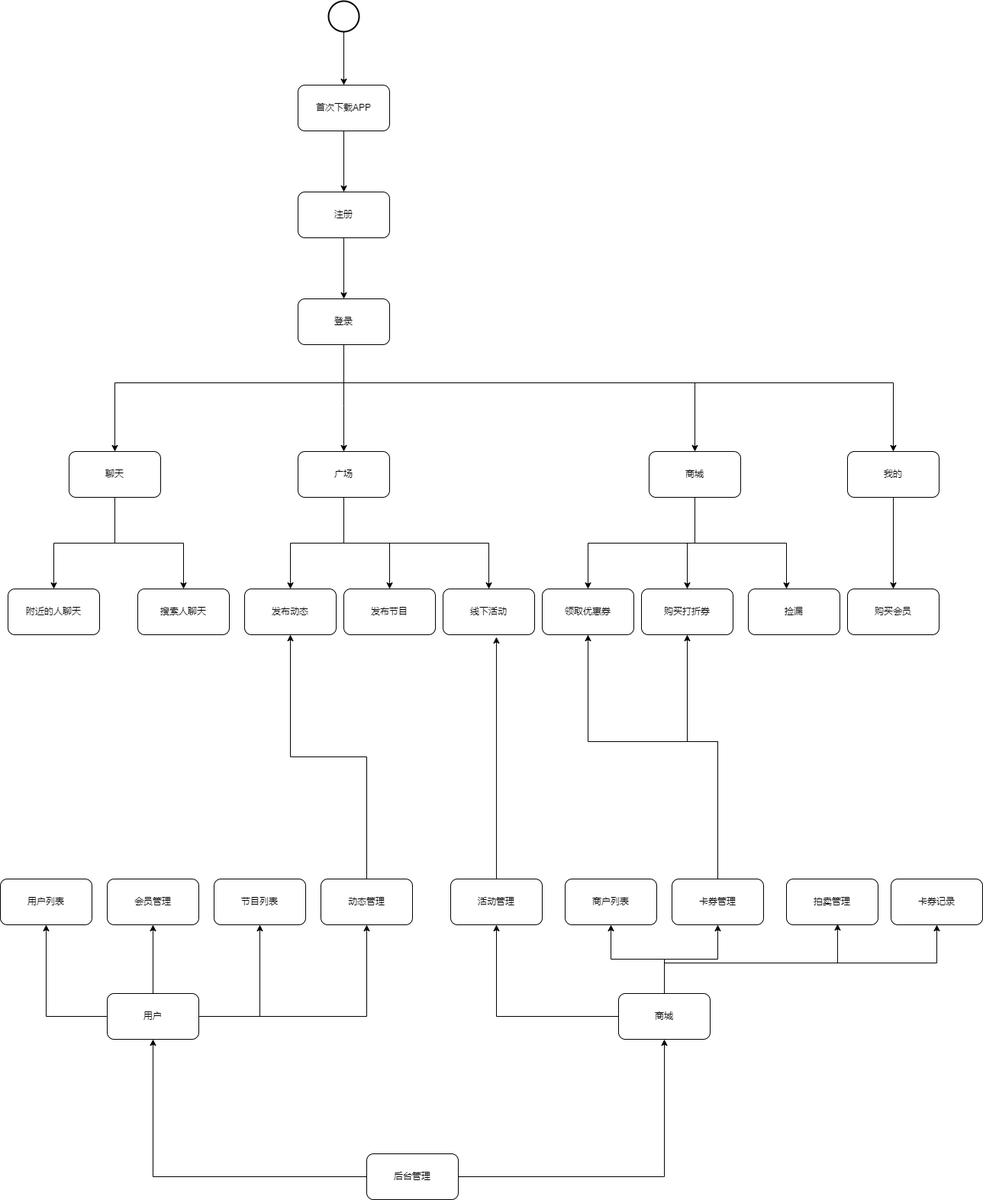
This is Untitled Diagram.drawio.png from suibianlx/business_architect, a draw.io export, as it was before one commit. Source tidied: cells renumbered, new cells last; positions are measured from the earlier drawing's top-left corner, leaving out a move shared by most shapes.
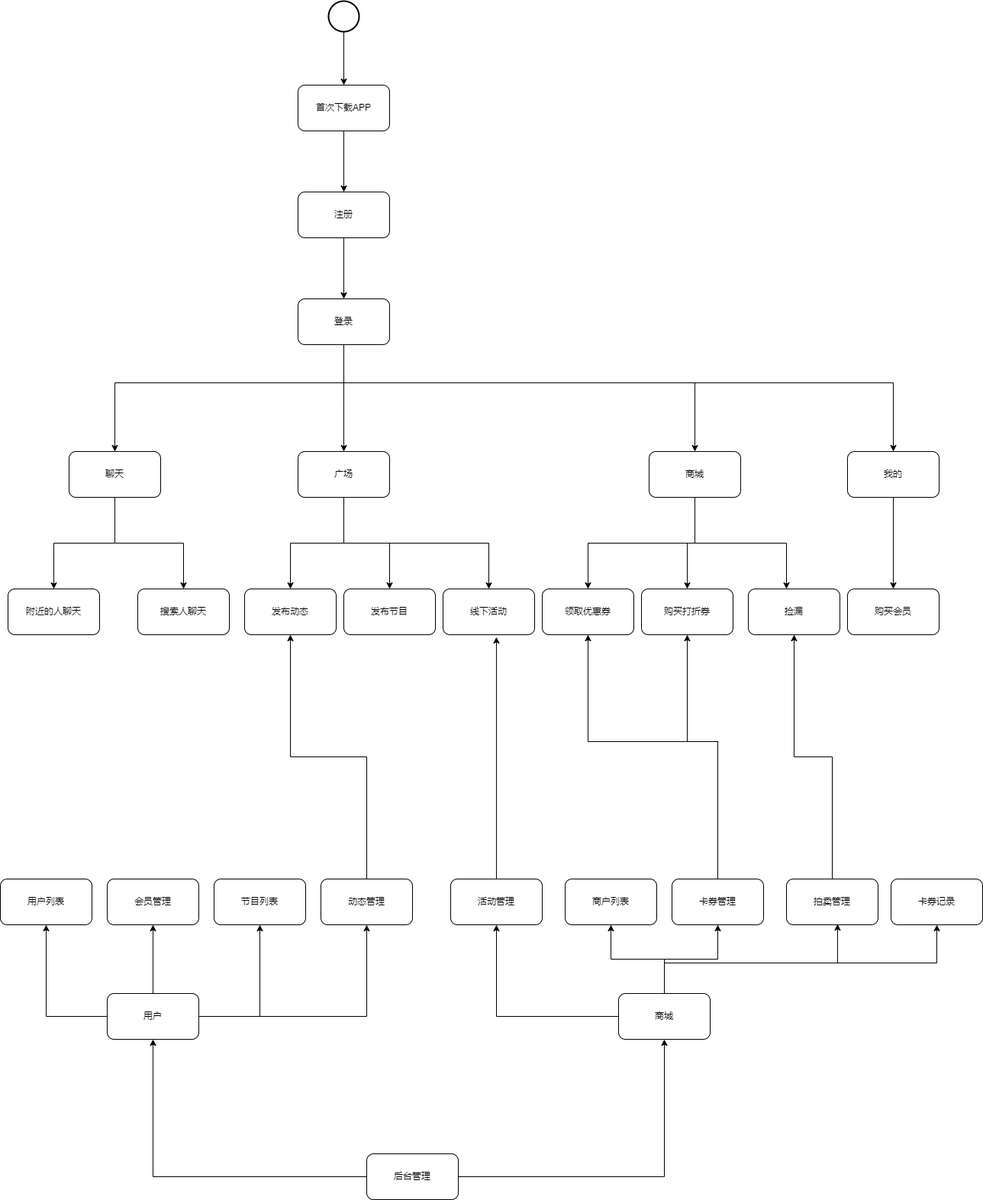
After the change.

Change to the diagram source:
```diff
@@ -213,6 +213,9 @@
     <mxCell id="53" value="卡券管理" style="rounded=1;whiteSpace=wrap;html=1;" parent="1" vertex="1">
       <mxGeometry x="880" y="1150" width="120" height="60" as="geometry" />
     </mxCell>
+    <mxCell id="62" style="edgeStyle=orthogonalEdgeStyle;rounded=0;jettySize=auto;html=1;entryX=0.5;entryY=1;entryDx=0;entryDy=0;" parent="1" edge="1" source="54" target="30">
+      <mxGeometry relative="1" as="geometry" />
+    </mxCell>
     <mxCell id="54" value="拍卖管理" style="rounded=1;whiteSpace=wrap;html=1;" parent="1" vertex="1">
       <mxGeometry x="1030" y="1150" width="120" height="60" as="geometry" />
     </mxCell>
```
